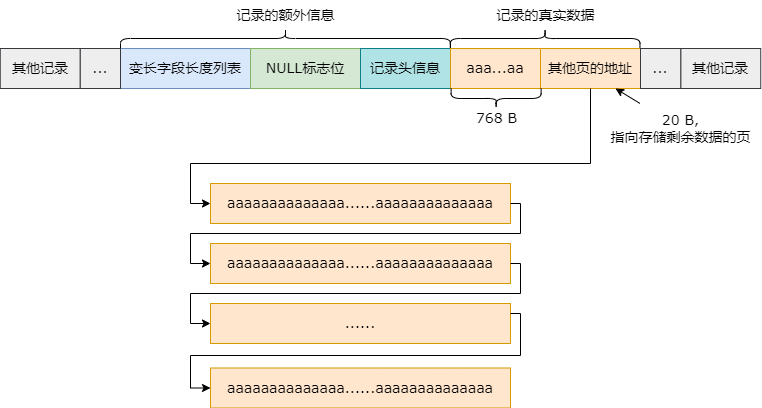
The draw.io diagram database/行溢出记录示例.drawio.png in guxdong/imgrepo, before a commit. Source tidied: cells renumbered, new cells last; positions are measured from the earlier drawing's top-left corner, leaving out a move shared by most shapes.
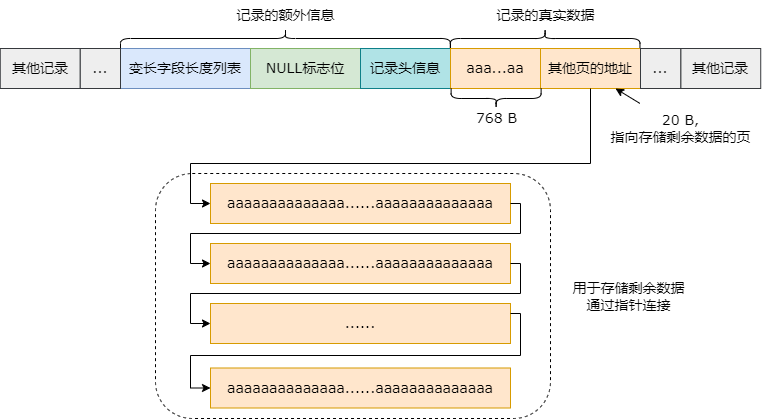
After the commit.

Commit message:
更新行溢出记录示例.drawio.png

Diff of the diagram source:
```diff
@@ -110,5 +110,11 @@
     <mxCell id="28" value="&lt;font face=&quot;Verdana&quot; style=&quot;font-size: 14px;&quot;&gt;20 B,&lt;/font&gt;&lt;div style=&quot;font-size: 14px;&quot;&gt;&lt;font face=&quot;XE2pAvFxpOUiNCU9faeX&quot; style=&quot;font-size: 14px;&quot;&gt;指向存储剩余数据的页&lt;/font&gt;&lt;/div&gt;" style="text;html=1;align=center;verticalAlign=middle;points=[];strokeColor=none;fillColor=none;" parent="1" vertex="1">
       <mxGeometry x="600.2" y="229.9" width="160" height="50" as="geometry" />
     </mxCell>
+    <mxCell id="29" style="rounded=1;whiteSpace=wrap;html=1;fillColor=none;dashed=1;" parent="1" vertex="1">
+      <mxGeometry x="155" y="300" width="395" height="245" as="geometry" />
+    </mxCell>
+    <mxCell id="30" value="&lt;font face=&quot;Verdana&quot; style=&quot;font-size: 14px;&quot;&gt;用于存储剩余数据&lt;/font&gt;&lt;div style=&quot;font-size: 14px;&quot;&gt;&lt;font face=&quot;CAwPafvQ6uSIa6cx_7zG&quot; style=&quot;font-size: 14px;&quot;&gt;通过指针连接&lt;/font&gt;&lt;/div&gt;" style="text;html=1;align=center;verticalAlign=middle;strokeColor=none;fillColor=none;" parent="1" vertex="1">
+      <mxGeometry x="560" y="397.5" width="135" height="50" as="geometry" />
+    </mxCell>
   </root>
 </mxGraphModel>
```
